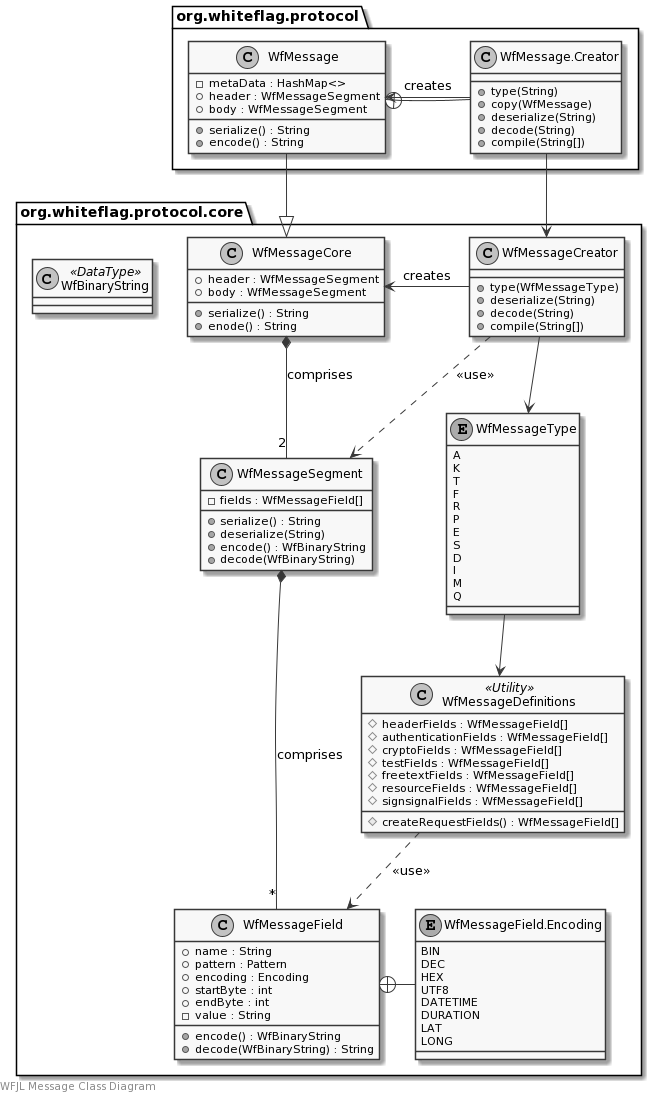
Above: docs/uml/messages.png in WhiteflagProtocol/whiteflag-java (PlantUML), before the change.
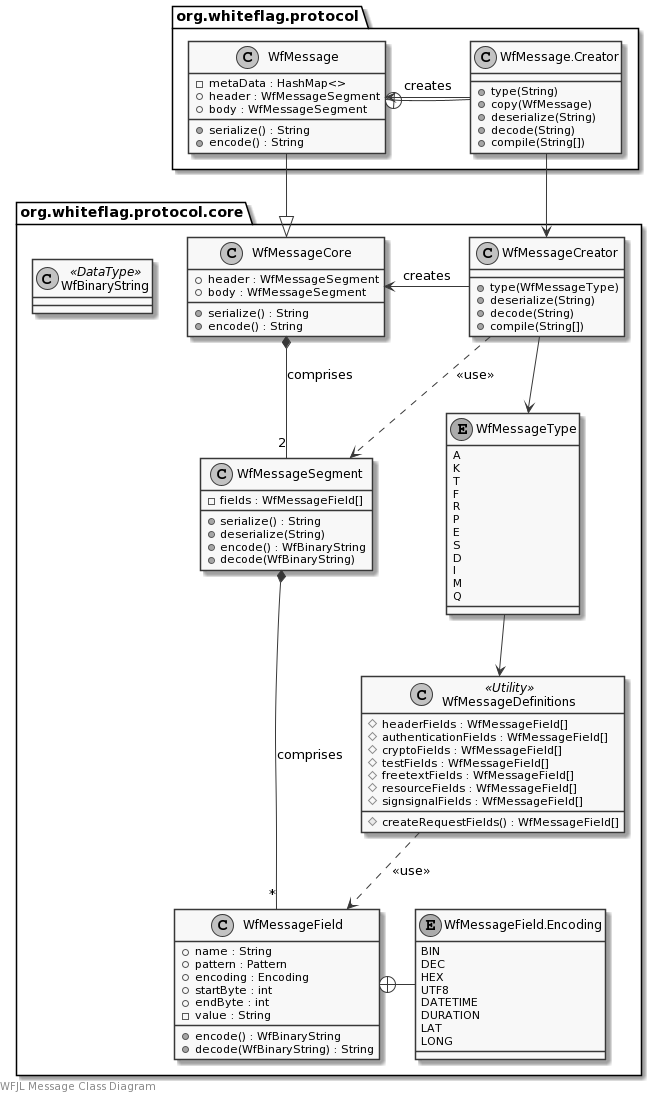
After the change.

Diff of the diagram source:
```diff
@@ -8,7 +8,7 @@
         +header : WfMessageSegment
         +body : WfMessageSegment
         +serialize() : String
-        +enode() : String
+        +encode() : String
     }
     class WfMessageSegment {
         -fields : WfMessageField[]
```
